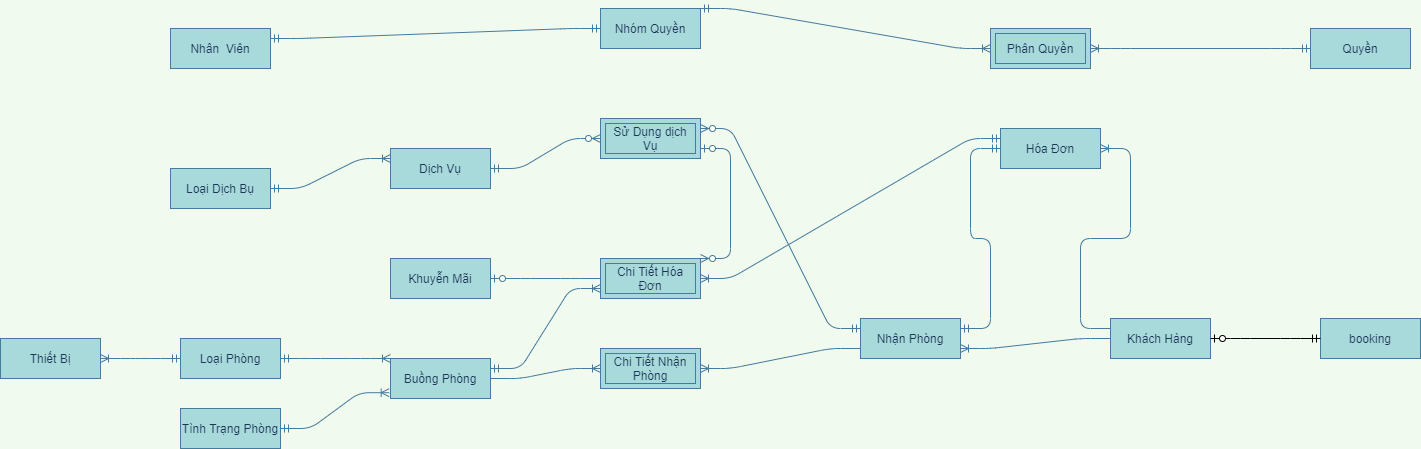
Earlier version of the draw.io export EntityRelationship-QLKS.png (maialino123/QLKS). Source tidied: cells renumbered, new cells last; positions are measured from the earlier drawing's top-left corner, leaving out a move shared by most shapes.
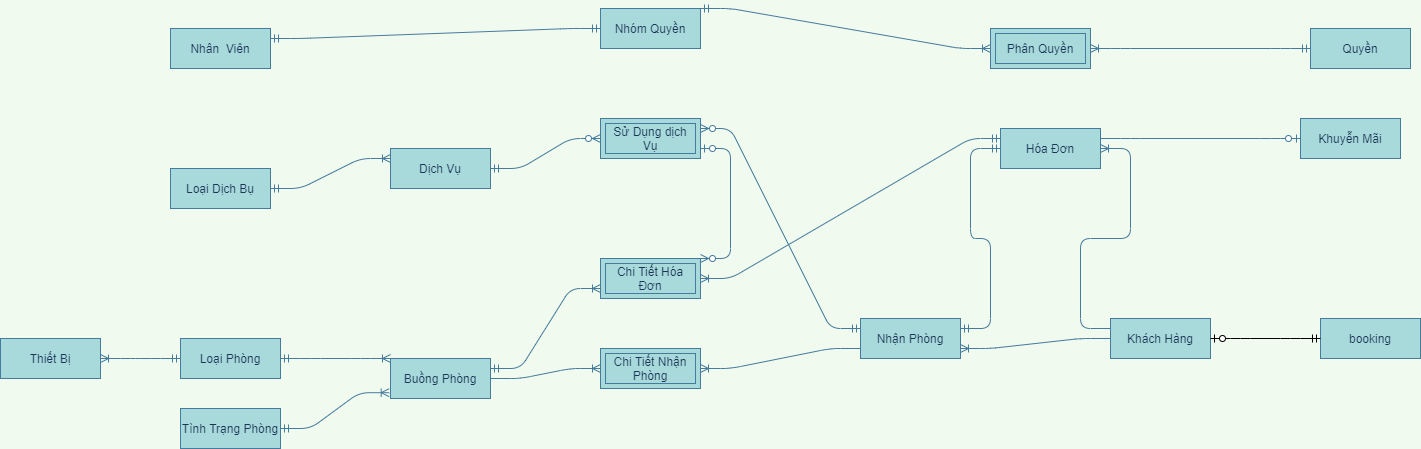
Later version of the same file.

Diff of the diagram source:
```diff
@@ -32,7 +32,7 @@
     <mxCell id="11" style="edgeStyle=entityRelationEdgeStyle;fontSize=12;html=1;endArrow=ERoneToMany;startArrow=ERmandOne;strokeColor=#457B9D;fillColor=#A8DADC;entryX=1;entryY=0.5;entryDx=0;entryDy=0;labelBackgroundColor=#F1FAEE;fontColor=#1D3557;exitX=0;exitY=0.25;exitDx=0;exitDy=0;" parent="1" edge="1" source="36" target="10">
       <mxGeometry relative="1" as="geometry" />
     </mxCell>
-    <mxCell id="12" style="edgeStyle=entityRelationEdgeStyle;fontSize=12;html=1;endArrow=ERzeroToOne;endFill=1;strokeColor=#457B9D;fillColor=#A8DADC;exitX=0;exitY=0.5;exitDx=0;exitDy=0;labelBackgroundColor=#F1FAEE;fontColor=#1D3557;entryX=1;entryY=0.5;entryDx=0;entryDy=0;" parent="1" edge="1" source="10" target="29">
+    <mxCell id="12" style="edgeStyle=entityRelationEdgeStyle;fontSize=12;html=1;endArrow=ERzeroToOne;endFill=1;strokeColor=#457B9D;fillColor=#A8DADC;labelBackgroundColor=#F1FAEE;fontColor=#1D3557;entryX=0;entryY=0.5;entryDx=0;entryDy=0;exitX=1;exitY=0.25;exitDx=0;exitDy=0;" parent="1" edge="1" source="36" target="29">
       <mxGeometry relative="1" as="geometry" />
     </mxCell>
     <mxCell id="13" style="edgeStyle=entityRelationEdgeStyle;fontSize=12;html=1;endArrow=ERoneToMany;startArrow=ERmandOne;strokeColor=#457B9D;fillColor=#A8DADC;labelBackgroundColor=#F1FAEE;fontColor=#1D3557;entryX=1;entryY=0.5;entryDx=0;entryDy=0;exitX=0;exitY=0.5;exitDx=0;exitDy=0;" parent="1" edge="1" source="31" target="30">
@@ -84,7 +84,7 @@
       <mxGeometry x="390" y="140" width="100" height="40" as="geometry" />
     </mxCell>
     <mxCell id="29" value="Khuyễn Mãi" style="whiteSpace=wrap;html=1;align=center;rounded=0;sketch=0;strokeColor=#457B9D;fillColor=#A8DADC;fontColor=#1D3557;" parent="1" vertex="1">
-      <mxGeometry x="390" y="250" width="100" height="40" as="geometry" />
+      <mxGeometry x="1300" y="110" width="100" height="40" as="geometry" />
     </mxCell>
     <mxCell id="30" value="Thiết Bị" style="whiteSpace=wrap;html=1;align=center;rounded=0;sketch=0;strokeColor=#457B9D;fillColor=#A8DADC;fontColor=#1D3557;" parent="1" vertex="1">
       <mxGeometry y="330" width="100" height="40" as="geometry" />
```
